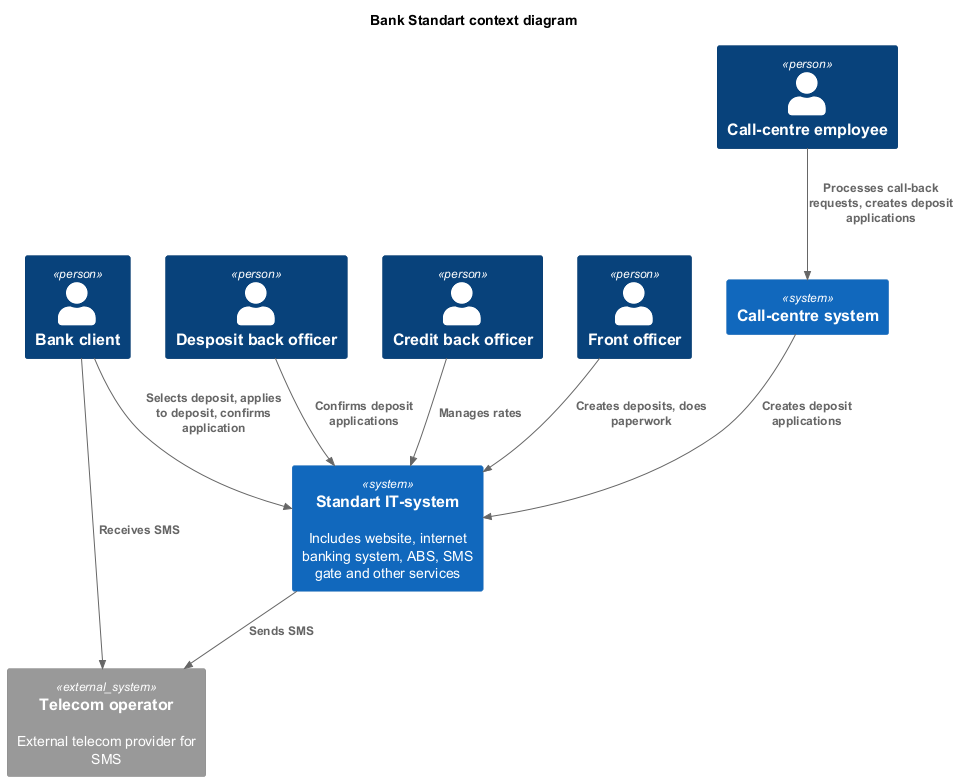
The PlantUML diagram Task3/c4_context_diagram.png in grafkozloff/architecture-standart, before a commit.
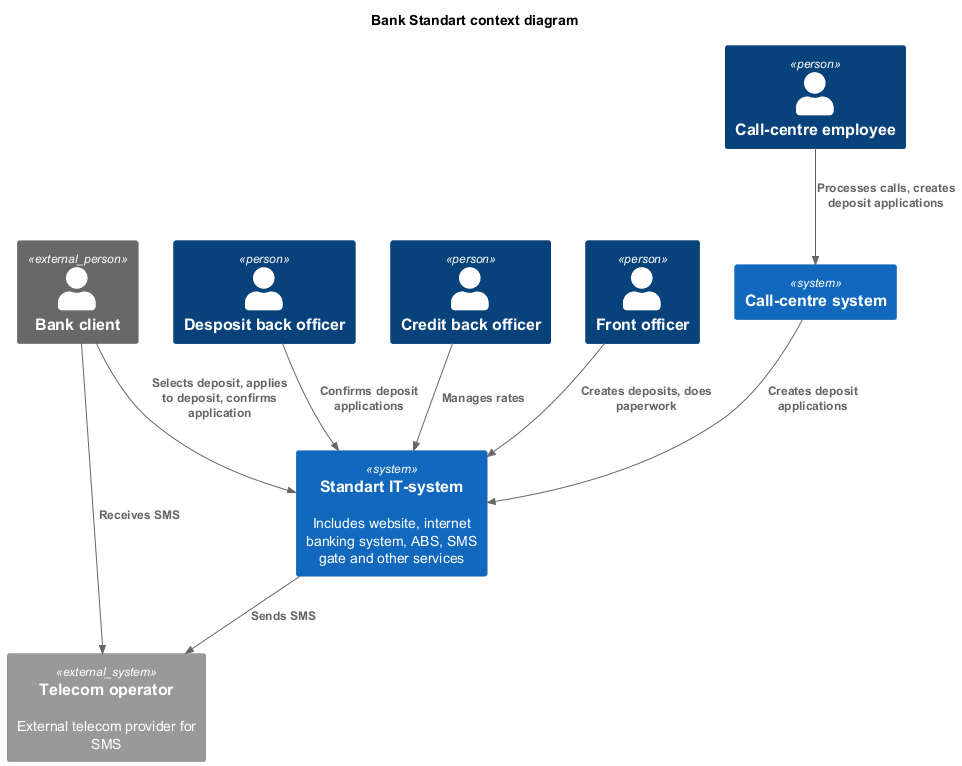
The same file after the commit.

Change to the diagram source:
```diff
@@ -5,7 +5,7 @@
 
 !includeurl https://raw.githubusercontent.com/RicardoNiepel/C4-PlantUML/master/C4_Component.puml
 
-Person(client, "Bank client", "")
+Person_Ext(client, "Bank client", "")
 Person(callCentreEmp, "Call-centre employee", "")
 Person(depositBackOfficer, "Desposit back officer", "")
 Person(creditBackOfficer, "Credit back officer", "")
@@ -17,7 +17,7 @@
 System_Ext(telecomOperator, "Telecom operator", "External telecom provider for SMS")
 
 Rel(client, bankSys, "Selects deposit, applies to deposit, confirms application")
-Rel(callCentreEmp, callCentreSys, "Processes call-back requests, creates deposit applications")
+Rel(callCentreEmp, callCentreSys, "Processes calls, creates deposit applications")
 Rel(callCentreSys, bankSys, "Creates deposit applications")
 Rel(depositBackOfficer, bankSys, "Confirms deposit applications")
 Rel(bankSys, telecomOperator, "Sends SMS")
```
